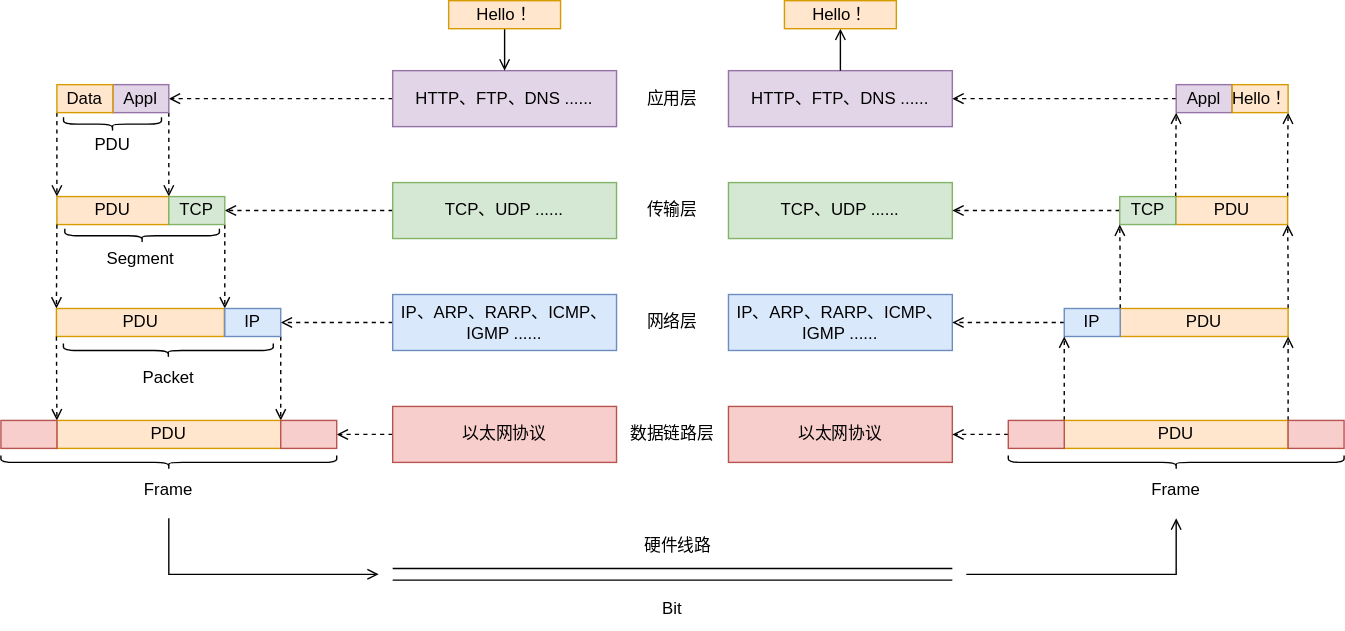
This is Draw/TCP/IP.drawio.svg from Zhangbokai614/draw, a draw.io export, as it was before one commit. Source tidied: cells renumbered, new cells last; positions are measured from the earlier drawing's top-left corner, leaving out a move shared by most shapes. Its diagram source:
```xml
<mxGraphModel>
  <root>
    <mxCell id="0" />
    <mxCell id="1" parent="0" />
    <mxCell id="2" style="edgeStyle=orthogonalEdgeStyle;rounded=0;jettySize=auto;html=1;exitX=0;exitY=0.5;exitDx=0;exitDy=0;entryX=1;entryY=0.5;entryDx=0;entryDy=0;endArrow=open;endFill=0;dashed=1;" parent="1" edge="1" source="3" target="16">
      <mxGeometry relative="1" as="geometry" />
    </mxCell>
    <mxCell id="3" value="HTTP、FTP、DNS ......" style="rounded=0;whiteSpace=wrap;html=1;fillColor=#e1d5e7;strokeColor=#9673a6;" parent="1" vertex="1">
      <mxGeometry x="280" y="50" width="160" height="40" as="geometry" />
    </mxCell>
    <mxCell id="4" style="edgeStyle=orthogonalEdgeStyle;rounded=0;jettySize=auto;html=1;exitX=0;exitY=0.5;exitDx=0;exitDy=0;entryX=1;entryY=0.5;entryDx=0;entryDy=0;endArrow=open;endFill=0;dashed=1;" parent="1" edge="1" source="5" target="20">
      <mxGeometry relative="1" as="geometry" />
    </mxCell>
    <mxCell id="5" value="TCP、UDP ......" style="rounded=0;whiteSpace=wrap;html=1;fillColor=#d5e8d4;strokeColor=#82b366;" parent="1" vertex="1">
      <mxGeometry x="280" y="130" width="160" height="40" as="geometry" />
    </mxCell>
    <mxCell id="6" style="edgeStyle=orthogonalEdgeStyle;rounded=0;jettySize=auto;html=1;exitX=0;exitY=0.5;exitDx=0;exitDy=0;entryX=1;entryY=0.5;entryDx=0;entryDy=0;endArrow=open;endFill=0;dashed=1;" parent="1" edge="1" source="7" target="24">
      <mxGeometry relative="1" as="geometry" />
    </mxCell>
    <mxCell id="7" value="IP、ARP、RARP、ICMP、IGMP ......" style="rounded=0;whiteSpace=wrap;html=1;fillColor=#dae8fc;strokeColor=#6c8ebf;" parent="1" vertex="1">
      <mxGeometry x="280" y="210" width="160" height="40" as="geometry" />
    </mxCell>
    <mxCell id="8" style="edgeStyle=orthogonalEdgeStyle;rounded=0;jettySize=auto;html=1;exitX=0;exitY=0.5;exitDx=0;exitDy=0;entryX=1;entryY=0.5;entryDx=0;entryDy=0;endArrow=open;endFill=0;dashed=1;" parent="1" edge="1" source="9" target="27">
      <mxGeometry relative="1" as="geometry" />
    </mxCell>
    <mxCell id="9" value="以太网协议" style="rounded=0;whiteSpace=wrap;html=1;fillColor=#f8cecc;strokeColor=#b85450;" parent="1" vertex="1">
      <mxGeometry x="280" y="290" width="160" height="40" as="geometry" />
    </mxCell>
    <mxCell id="10" value="应用层" style="text;html=1;align=center;verticalAlign=middle;whiteSpace=wrap;rounded=0;" parent="1" vertex="1">
      <mxGeometry x="450" y="60" width="60" height="20" as="geometry" />
    </mxCell>
    <mxCell id="11" value="传输层" style="text;html=1;align=center;verticalAlign=middle;whiteSpace=wrap;rounded=0;" parent="1" vertex="1">
      <mxGeometry x="450" y="140" width="60" height="20" as="geometry" />
    </mxCell>
    <mxCell id="12" value="网络层" style="text;html=1;align=center;verticalAlign=middle;whiteSpace=wrap;rounded=0;" parent="1" vertex="1">
      <mxGeometry x="440" y="220" width="80" height="20" as="geometry" />
    </mxCell>
    <mxCell id="13" value="数据链路层" style="text;html=1;align=center;verticalAlign=middle;whiteSpace=wrap;rounded=0;" parent="1" vertex="1">
      <mxGeometry x="440" y="300" width="80" height="20" as="geometry" />
    </mxCell>
    <mxCell id="14" style="rounded=0;jettySize=auto;html=1;exitX=0;exitY=1;exitDx=0;exitDy=0;entryX=0;entryY=0;entryDx=0;entryDy=0;dashed=1;endArrow=open;endFill=0;" parent="1" edge="1" source="56" target="18">
      <mxGeometry relative="1" as="geometry" />
    </mxCell>
    <mxCell id="15" style="rounded=0;jettySize=auto;html=1;exitX=1;exitY=1;exitDx=0;exitDy=0;entryX=1;entryY=0;entryDx=0;entryDy=0;dashed=1;endArrow=open;endFill=0;" parent="1" edge="1" source="16" target="18">
      <mxGeometry relative="1" as="geometry" />
    </mxCell>
    <mxCell id="16" value="Appl" style="rounded=0;whiteSpace=wrap;html=1;fillColor=#e1d5e7;strokeColor=#9673a6;" parent="1" vertex="1">
      <mxGeometry x="80" y="60" width="40" height="20" as="geometry" />
    </mxCell>
    <mxCell id="17" style="rounded=0;jettySize=auto;html=1;exitX=1;exitY=1;exitDx=0;exitDy=0;entryX=0;entryY=0;entryDx=0;entryDy=0;startArrow=none;startFill=0;endArrow=open;endFill=0;dashed=1;" parent="1" edge="1" source="20" target="24">
      <mxGeometry relative="1" as="geometry" />
    </mxCell>
    <mxCell id="18" value="PDU" style="rounded=0;whiteSpace=wrap;html=1;fillColor=#ffe6cc;strokeColor=#d79b00;" parent="1" vertex="1">
      <mxGeometry x="40" y="140" width="80" height="20" as="geometry" />
    </mxCell>
    <mxCell id="19" style="rounded=0;jettySize=auto;html=1;exitX=0;exitY=1;exitDx=0;exitDy=0;entryX=0;entryY=0;entryDx=0;entryDy=0;dashed=1;endArrow=open;endFill=0;" parent="1" edge="1" source="18" target="22">
      <mxGeometry relative="1" as="geometry" />
    </mxCell>
    <mxCell id="20" value="TCP" style="rounded=0;whiteSpace=wrap;html=1;fillColor=#d5e8d4;strokeColor=#82b366;" parent="1" vertex="1">
      <mxGeometry x="120" y="140" width="40" height="20" as="geometry" />
    </mxCell>
    <mxCell id="21" style="rounded=0;jettySize=auto;html=1;exitX=1;exitY=1;exitDx=0;exitDy=0;entryX=0;entryY=0;entryDx=0;entryDy=0;endArrow=open;endFill=0;dashed=1;" parent="1" edge="1" source="24" target="27">
      <mxGeometry relative="1" as="geometry" />
    </mxCell>
    <mxCell id="22" value="PDU" style="rounded=0;whiteSpace=wrap;html=1;fillColor=#ffe6cc;strokeColor=#d79b00;" parent="1" vertex="1">
      <mxGeometry x="39.7" y="220" width="120" height="20" as="geometry" />
    </mxCell>
    <mxCell id="23" style="rounded=0;jettySize=auto;html=1;exitX=0;exitY=1;exitDx=0;exitDy=0;entryX=1;entryY=0;entryDx=0;entryDy=0;dashed=1;endArrow=open;endFill=0;" parent="1" edge="1" source="22" target="26">
      <mxGeometry relative="1" as="geometry" />
    </mxCell>
    <mxCell id="24" value="IP" style="rounded=0;whiteSpace=wrap;html=1;fillColor=#dae8fc;strokeColor=#6c8ebf;" parent="1" vertex="1">
      <mxGeometry x="160" y="220" width="40" height="20" as="geometry" />
    </mxCell>
    <mxCell id="25" value="PDU" style="rounded=0;whiteSpace=wrap;html=1;fillColor=#ffe6cc;strokeColor=#d79b00;" parent="1" vertex="1">
      <mxGeometry x="40" y="300" width="160" height="20" as="geometry" />
    </mxCell>
    <mxCell id="26" style="rounded=0;whiteSpace=wrap;html=1;fillColor=#f8cecc;strokeColor=#b85450;" parent="1" vertex="1">
      <mxGeometry y="300" width="40" height="20" as="geometry" />
    </mxCell>
    <mxCell id="27" style="rounded=0;whiteSpace=wrap;html=1;fillColor=#f8cecc;strokeColor=#b85450;" parent="1" vertex="1">
      <mxGeometry x="200" y="300" width="40" height="20" as="geometry" />
    </mxCell>
    <mxCell id="28" style="shape=link;html=1;rounded=0;edgeStyle=orthogonalEdgeStyle;width=8.285714285714285;" parent="1" edge="1">
      <mxGeometry relative="1" as="geometry">
        <mxPoint x="280" y="410" as="sourcePoint" />
        <mxPoint x="680" y="410" as="targetPoint" />
        <Array as="points">
          <mxPoint x="280" y="410" />
        </Array>
      </mxGeometry>
    </mxCell>
    <mxCell id="29" value="硬件线路" style="text;html=1;align=right;verticalAlign=middle;whiteSpace=wrap;rounded=0;" parent="1" vertex="1">
      <mxGeometry x="450" y="380" width="60" height="20" as="geometry" />
    </mxCell>
    <mxCell id="30" value="HTTP、FTP、DNS ......" style="rounded=0;whiteSpace=wrap;html=1;fillColor=#e1d5e7;strokeColor=#9673a6;" parent="1" vertex="1">
      <mxGeometry x="520" y="50" width="160" height="40" as="geometry" />
    </mxCell>
    <mxCell id="31" value="TCP、UDP ......" style="rounded=0;whiteSpace=wrap;html=1;fillColor=#d5e8d4;strokeColor=#82b366;" parent="1" vertex="1">
      <mxGeometry x="520" y="130" width="160" height="40" as="geometry" />
    </mxCell>
    <mxCell id="32" value="IP、ARP、RARP、ICMP、IGMP ......" style="rounded=0;whiteSpace=wrap;html=1;fillColor=#dae8fc;strokeColor=#6c8ebf;" parent="1" vertex="1">
      <mxGeometry x="520" y="210" width="160" height="40" as="geometry" />
    </mxCell>
    <mxCell id="33" value="以太网协议" style="rounded=0;whiteSpace=wrap;html=1;fillColor=#f8cecc;strokeColor=#b85450;" parent="1" vertex="1">
      <mxGeometry x="520" y="290" width="160" height="40" as="geometry" />
    </mxCell>
    <mxCell id="34" style="edgeStyle=orthogonalEdgeStyle;rounded=0;jettySize=auto;html=1;exitX=0.5;exitY=1;exitDx=0;exitDy=0;entryX=0.5;entryY=0;entryDx=0;entryDy=0;endArrow=open;endFill=0;" parent="1" edge="1" source="35" target="3">
      <mxGeometry relative="1" as="geometry" />
    </mxCell>
    <mxCell id="35" value="Hello！" style="rounded=0;whiteSpace=wrap;html=1;fillColor=#ffe6cc;strokeColor=#d79b00;" parent="1" vertex="1">
      <mxGeometry x="320" width="80" height="20" as="geometry" />
    </mxCell>
    <mxCell id="36" style="edgeStyle=orthogonalEdgeStyle;rounded=0;jettySize=auto;html=1;exitX=0.5;exitY=1;exitDx=0;exitDy=0;entryX=0.5;entryY=0;entryDx=0;entryDy=0;endArrow=none;endFill=0;startArrow=open;startFill=0;" parent="1" edge="1" source="37">
      <mxGeometry relative="1" as="geometry">
        <mxPoint x="600" y="50" as="targetPoint" />
      </mxGeometry>
    </mxCell>
    <mxCell id="37" value="Hello！" style="rounded=0;whiteSpace=wrap;html=1;fillColor=#ffe6cc;strokeColor=#d79b00;" parent="1" vertex="1">
      <mxGeometry x="560" width="80" height="20" as="geometry" />
    </mxCell>
    <mxCell id="38" style="edgeStyle=orthogonalEdgeStyle;rounded=0;jettySize=auto;html=1;exitX=0;exitY=0.5;exitDx=0;exitDy=0;entryX=1;entryY=0.5;entryDx=0;entryDy=0;dashed=1;endArrow=open;endFill=0;" parent="1" edge="1" source="39" target="30">
      <mxGeometry relative="1" as="geometry" />
    </mxCell>
    <mxCell id="39" value="Appl" style="rounded=0;whiteSpace=wrap;html=1;fillColor=#e1d5e7;strokeColor=#9673a6;" parent="1" vertex="1">
      <mxGeometry x="840" y="60" width="40" height="20" as="geometry" />
    </mxCell>
    <mxCell id="40" style="edgeStyle=orthogonalEdgeStyle;rounded=0;jettySize=auto;html=1;exitX=1;exitY=0;exitDx=0;exitDy=0;entryX=1;entryY=1;entryDx=0;entryDy=0;dashed=1;endArrow=open;endFill=0;" parent="1" edge="1" source="41" target="57">
      <mxGeometry relative="1" as="geometry" />
    </mxCell>
    <mxCell id="41" value="PDU" style="rounded=0;whiteSpace=wrap;html=1;fillColor=#ffe6cc;strokeColor=#d79b00;" parent="1" vertex="1">
      <mxGeometry x="839.7" y="140" width="80" height="20" as="geometry" />
    </mxCell>
    <mxCell id="42" style="edgeStyle=orthogonalEdgeStyle;rounded=0;jettySize=auto;html=1;exitX=1;exitY=0;exitDx=0;exitDy=0;entryX=0;entryY=1;entryDx=0;entryDy=0;dashed=1;endArrow=open;endFill=0;" parent="1" edge="1" source="44" target="39">
      <mxGeometry relative="1" as="geometry" />
    </mxCell>
    <mxCell id="43" style="edgeStyle=orthogonalEdgeStyle;rounded=0;jettySize=auto;html=1;exitX=0;exitY=0.5;exitDx=0;exitDy=0;dashed=1;endArrow=open;endFill=0;" parent="1" edge="1" source="44" target="31">
      <mxGeometry relative="1" as="geometry" />
    </mxCell>
    <mxCell id="44" value="TCP" style="rounded=0;whiteSpace=wrap;html=1;fillColor=#d5e8d4;strokeColor=#82b366;" parent="1" vertex="1">
      <mxGeometry x="799.7" y="140" width="40" height="20" as="geometry" />
    </mxCell>
    <mxCell id="45" style="edgeStyle=orthogonalEdgeStyle;rounded=0;jettySize=auto;html=1;exitX=1;exitY=0;exitDx=0;exitDy=0;entryX=1;entryY=1;entryDx=0;entryDy=0;dashed=1;endArrow=open;endFill=0;" parent="1" edge="1" source="46" target="41">
      <mxGeometry relative="1" as="geometry" />
    </mxCell>
    <mxCell id="46" value="PDU" style="rounded=0;whiteSpace=wrap;html=1;fillColor=#ffe6cc;strokeColor=#d79b00;" parent="1" vertex="1">
      <mxGeometry x="800" y="220" width="120" height="20" as="geometry" />
    </mxCell>
    <mxCell id="47" style="edgeStyle=orthogonalEdgeStyle;rounded=0;jettySize=auto;html=1;exitX=1;exitY=0;exitDx=0;exitDy=0;entryX=0;entryY=1;entryDx=0;entryDy=0;dashed=1;endArrow=open;endFill=0;" parent="1" edge="1" source="49" target="44">
      <mxGeometry relative="1" as="geometry" />
    </mxCell>
    <mxCell id="48" style="edgeStyle=orthogonalEdgeStyle;rounded=0;jettySize=auto;html=1;exitX=0;exitY=0.5;exitDx=0;exitDy=0;entryX=1;entryY=0.5;entryDx=0;entryDy=0;dashed=1;endArrow=open;endFill=0;" parent="1" edge="1" source="49" target="32">
      <mxGeometry relative="1" as="geometry" />
    </mxCell>
    <mxCell id="49" value="IP" style="rounded=0;whiteSpace=wrap;html=1;fillColor=#dae8fc;strokeColor=#6c8ebf;" parent="1" vertex="1">
      <mxGeometry x="760" y="220" width="40" height="20" as="geometry" />
    </mxCell>
    <mxCell id="50" style="edgeStyle=orthogonalEdgeStyle;rounded=0;jettySize=auto;html=1;exitX=0;exitY=0;exitDx=0;exitDy=0;entryX=0;entryY=1;entryDx=0;entryDy=0;endArrow=open;endFill=0;dashed=1;" parent="1" edge="1" source="52" target="49">
      <mxGeometry relative="1" as="geometry" />
    </mxCell>
    <mxCell id="51" style="edgeStyle=orthogonalEdgeStyle;rounded=0;jettySize=auto;html=1;exitX=1;exitY=0;exitDx=0;exitDy=0;entryX=1;entryY=1;entryDx=0;entryDy=0;endArrow=open;endFill=0;dashed=1;" parent="1" edge="1" source="52" target="46">
      <mxGeometry relative="1" as="geometry" />
    </mxCell>
    <mxCell id="52" value="PDU" style="rounded=0;whiteSpace=wrap;html=1;fillColor=#ffe6cc;strokeColor=#d79b00;" parent="1" vertex="1">
      <mxGeometry x="760" y="300" width="160" height="20" as="geometry" />
    </mxCell>
    <mxCell id="53" style="edgeStyle=orthogonalEdgeStyle;rounded=0;jettySize=auto;html=1;exitX=0;exitY=0.5;exitDx=0;exitDy=0;entryX=1;entryY=0.5;entryDx=0;entryDy=0;dashed=1;endArrow=open;endFill=0;" parent="1" edge="1" source="54" target="33">
      <mxGeometry relative="1" as="geometry" />
    </mxCell>
    <mxCell id="54" style="rounded=0;whiteSpace=wrap;html=1;fillColor=#f8cecc;strokeColor=#b85450;" parent="1" vertex="1">
      <mxGeometry x="720" y="300" width="40" height="20" as="geometry" />
    </mxCell>
    <mxCell id="55" style="rounded=0;whiteSpace=wrap;html=1;fillColor=#f8cecc;strokeColor=#b85450;" parent="1" vertex="1">
      <mxGeometry x="920" y="300" width="40" height="20" as="geometry" />
    </mxCell>
    <mxCell id="56" value="Data" style="rounded=0;whiteSpace=wrap;html=1;fillColor=#ffe6cc;strokeColor=#d79b00;" parent="1" vertex="1">
      <mxGeometry x="40" y="60" width="40" height="20" as="geometry" />
    </mxCell>
    <mxCell id="57" value="Hello！" style="rounded=0;whiteSpace=wrap;html=1;fillColor=#ffe6cc;strokeColor=#d79b00;" parent="1" vertex="1">
      <mxGeometry x="880" y="60" width="40" height="20" as="geometry" />
    </mxCell>
    <mxCell id="58" style="endArrow=open;html=1;rounded=0;edgeStyle=orthogonalEdgeStyle;endFill=0;" parent="1" edge="1">
      <mxGeometry relative="1" as="geometry">
        <mxPoint x="120" y="370" as="sourcePoint" />
        <mxPoint x="270" y="410" as="targetPoint" />
        <Array as="points">
          <mxPoint x="120" y="410" />
        </Array>
      </mxGeometry>
    </mxCell>
    <mxCell id="59" style="endArrow=open;html=1;rounded=0;edgeStyle=orthogonalEdgeStyle;endFill=0;" parent="1" edge="1">
      <mxGeometry relative="1" as="geometry">
        <mxPoint x="690" y="410" as="sourcePoint" />
        <mxPoint x="840" y="370" as="targetPoint" />
        <Array as="points">
          <mxPoint x="840" y="410" />
        </Array>
      </mxGeometry>
    </mxCell>
    <mxCell id="60" style="shape=curlyBracket;whiteSpace=wrap;html=1;rounded=1;labelPosition=left;verticalLabelPosition=middle;align=right;verticalAlign=middle;rotation=-90;" parent="1" vertex="1">
      <mxGeometry x="115" y="210" width="10" height="240" as="geometry" />
    </mxCell>
    <mxCell id="61" value="Frame" style="text;html=1;align=center;verticalAlign=middle;whiteSpace=wrap;rounded=0;" parent="1" vertex="1">
      <mxGeometry x="90" y="340" width="60" height="20" as="geometry" />
    </mxCell>
    <mxCell id="62" value="Packet" style="text;html=1;align=center;verticalAlign=middle;whiteSpace=wrap;rounded=0;" parent="1" vertex="1">
      <mxGeometry x="89.7" y="260" width="60" height="20" as="geometry" />
    </mxCell>
    <mxCell id="63" value="Segment" style="text;html=1;align=center;verticalAlign=middle;whiteSpace=wrap;rounded=0;" parent="1" vertex="1">
      <mxGeometry x="69.7" y="175" width="60" height="20" as="geometry" />
    </mxCell>
    <mxCell id="64" value="Bit" style="text;html=1;align=center;verticalAlign=middle;whiteSpace=wrap;rounded=0;" parent="1" vertex="1">
      <mxGeometry x="450" y="420" width="60" height="30" as="geometry" />
    </mxCell>
    <mxCell id="65" style="shape=curlyBracket;whiteSpace=wrap;html=1;rounded=1;labelPosition=left;verticalLabelPosition=middle;align=right;verticalAlign=middle;rotation=-90;" parent="1" vertex="1">
      <mxGeometry x="114.7" y="175" width="10" height="150" as="geometry" />
    </mxCell>
    <mxCell id="66" style="shape=curlyBracket;whiteSpace=wrap;html=1;rounded=1;labelPosition=left;verticalLabelPosition=middle;align=right;verticalAlign=middle;rotation=-90;" parent="1" vertex="1">
      <mxGeometry x="95.9" y="112.8" width="10" height="110.5" as="geometry" />
    </mxCell>
    <mxCell id="67" style="shape=curlyBracket;whiteSpace=wrap;html=1;rounded=1;labelPosition=left;verticalLabelPosition=middle;align=right;verticalAlign=middle;rotation=-90;" parent="1" vertex="1">
      <mxGeometry x="74.8" y="53.2" width="10" height="70" as="geometry" />
    </mxCell>
    <mxCell id="68" value="PDU" style="text;html=1;align=center;verticalAlign=middle;whiteSpace=wrap;rounded=0;" parent="1" vertex="1">
      <mxGeometry x="49.8" y="92.8" width="60" height="20" as="geometry" />
    </mxCell>
    <mxCell id="69" style="shape=curlyBracket;whiteSpace=wrap;html=1;rounded=1;labelPosition=left;verticalLabelPosition=middle;align=right;verticalAlign=middle;rotation=-90;" parent="1" vertex="1">
      <mxGeometry x="835" y="210" width="10" height="240" as="geometry" />
    </mxCell>
    <mxCell id="70" value="Frame" style="text;html=1;align=center;verticalAlign=middle;whiteSpace=wrap;rounded=0;" parent="1" vertex="1">
      <mxGeometry x="810" y="340" width="60" height="20" as="geometry" />
    </mxCell>
  </root>
</mxGraphModel>
```
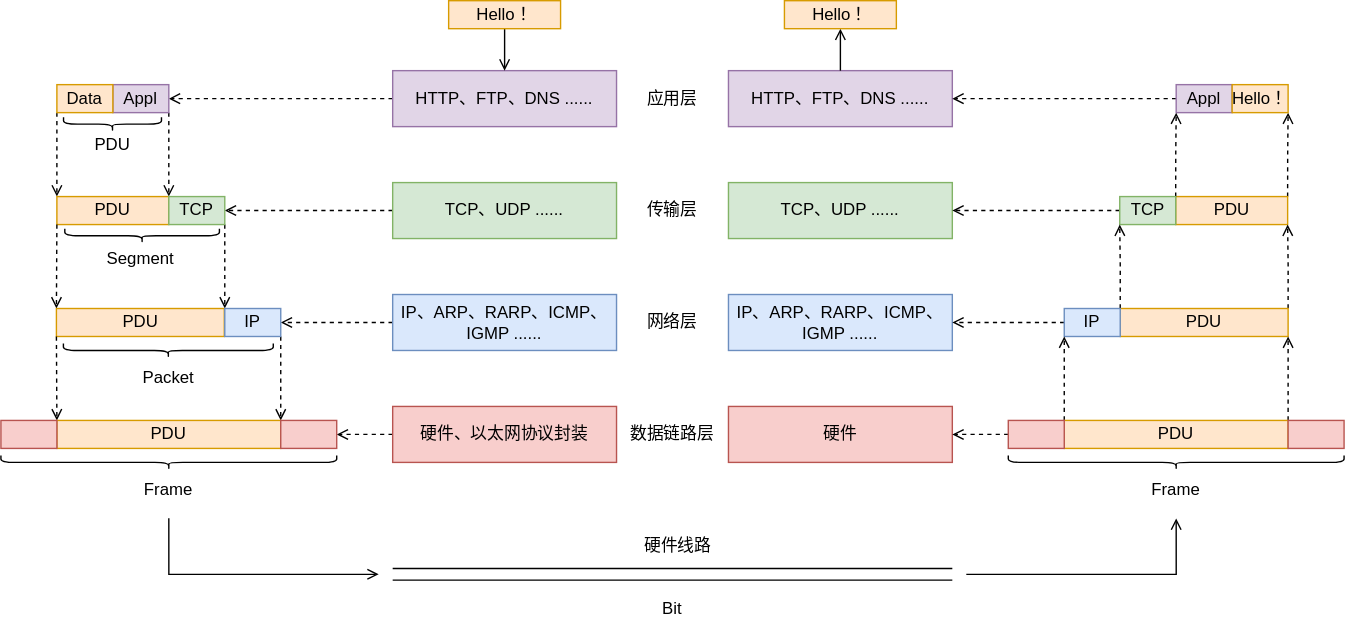
Above is the later version.

What changed in the source:
```diff
@@ -23,7 +23,7 @@
     <mxCell id="8" style="edgeStyle=orthogonalEdgeStyle;rounded=0;jettySize=auto;html=1;exitX=0;exitY=0.5;exitDx=0;exitDy=0;entryX=1;entryY=0.5;entryDx=0;entryDy=0;endArrow=open;endFill=0;dashed=1;" parent="1" edge="1" source="9" target="27">
       <mxGeometry relative="1" as="geometry" />
     </mxCell>
-    <mxCell id="9" value="以太网协议" style="rounded=0;whiteSpace=wrap;html=1;fillColor=#f8cecc;strokeColor=#b85450;" parent="1" vertex="1">
+    <mxCell id="9" value="硬件、以太网协议封装" style="rounded=0;whiteSpace=wrap;html=1;fillColor=#f8cecc;strokeColor=#b85450;" parent="1" vertex="1">
       <mxGeometry x="280" y="290" width="160" height="40" as="geometry" />
     </mxCell>
     <mxCell id="10" value="应用层" style="text;html=1;align=center;verticalAlign=middle;whiteSpace=wrap;rounded=0;" parent="1" vertex="1">
@@ -101,7 +101,7 @@
     <mxCell id="32" value="IP、ARP、RARP、ICMP、IGMP ......" style="rounded=0;whiteSpace=wrap;html=1;fillColor=#dae8fc;strokeColor=#6c8ebf;" parent="1" vertex="1">
       <mxGeometry x="520" y="210" width="160" height="40" as="geometry" />
     </mxCell>
-    <mxCell id="33" value="以太网协议" style="rounded=0;whiteSpace=wrap;html=1;fillColor=#f8cecc;strokeColor=#b85450;" parent="1" vertex="1">
+    <mxCell id="33" value="硬件" style="rounded=0;whiteSpace=wrap;html=1;fillColor=#f8cecc;strokeColor=#b85450;" parent="1" vertex="1">
       <mxGeometry x="520" y="290" width="160" height="40" as="geometry" />
     </mxCell>
     <mxCell id="34" style="edgeStyle=orthogonalEdgeStyle;rounded=0;jettySize=auto;html=1;exitX=0.5;exitY=1;exitDx=0;exitDy=0;entryX=0.5;entryY=0;entryDx=0;entryDy=0;endArrow=open;endFill=0;" parent="1" edge="1" source="35" target="3">
```
